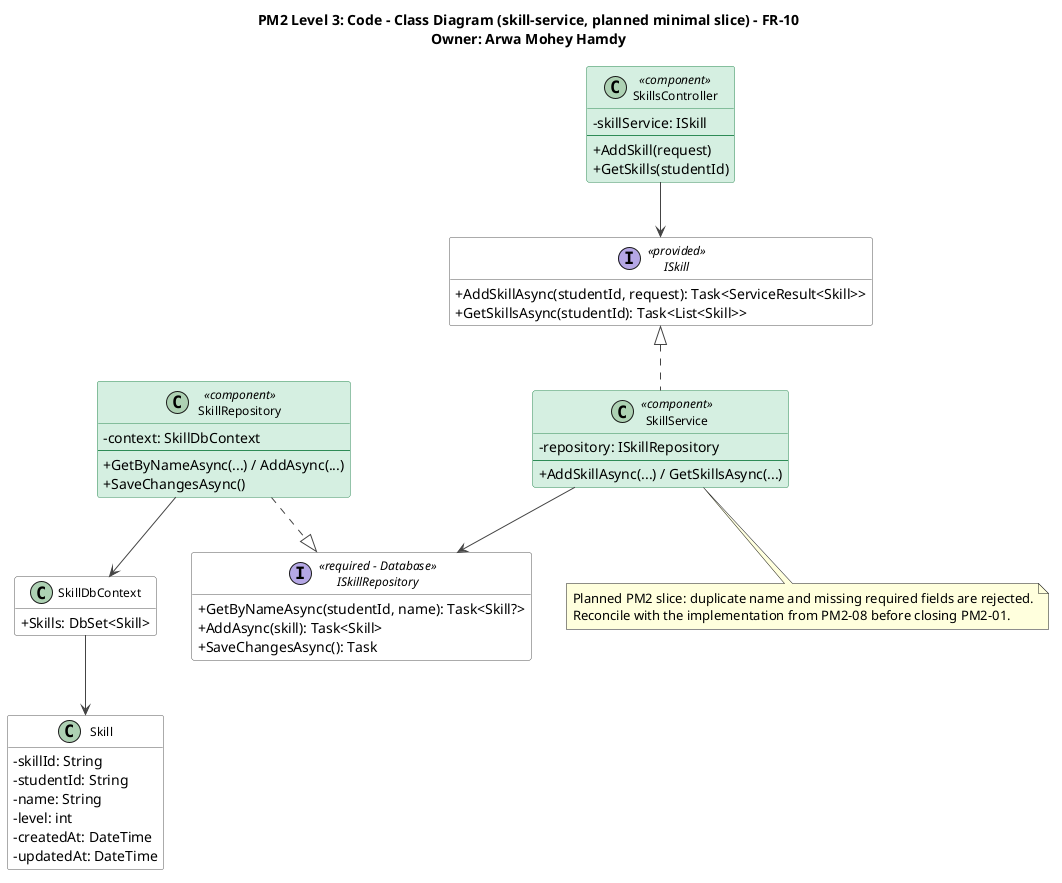
AIU-SoftWave/Aspirra keeps this PlantUML diagram as docs/PM2/Part A — Design/Class Diagram/skill-service.png. Above is the earlier version. Its diagram source:
```plantuml
@startuml skill-service
title PM2 Level 3: Code - Class Diagram (skill-service, planned minimal slice) - FR-10\nOwner: Arwa Mohey Hamdy
top to bottom direction
skinparam shadowing false
skinparam defaultFontName Segoe UI
skinparam backgroundColor #FFFFFF
skinparam classAttributeIconSize 0
skinparam classFontSize 12
skinparam nodesep 35
skinparam ranksep 55
skinparam ArrowColor #444444
skinparam class {
  BackgroundColor #FFFFFF
  BorderColor #555555
  BackgroundColor<<component>> #D5EFE0
  BorderColor<<component>> #2E8B57
}
skinparam interface {
  BackgroundColor #FFFFFF
  BorderColor #555555
}
hide empty members

interface ISkill <<provided>> {
  +AddSkillAsync(studentId, request): Task<ServiceResult<Skill>>
  +GetSkillsAsync(studentId): Task<List<Skill>>
}

class SkillsController <<component>> {
  -skillService: ISkill
  --
  +AddSkill(request)
  +GetSkills(studentId)
}

class SkillService <<component>> {
  -repository: ISkillRepository
  --
  +AddSkillAsync(...) / GetSkillsAsync(...)
}

interface ISkillRepository <<required - Database>> {
  +GetByNameAsync(studentId, name): Task<Skill?>
  +AddAsync(skill): Task<Skill>
  +SaveChangesAsync(): Task
}

class SkillRepository <<component>> {
  -context: SkillDbContext
  --
  +GetByNameAsync(...) / AddAsync(...)
  +SaveChangesAsync()
}

class SkillDbContext {
  +Skills: DbSet<Skill>
}

class Skill {
  -skillId: String
  -studentId: String
  -name: String
  -level: int
  -createdAt: DateTime
  -updatedAt: DateTime
}

SkillsController --> ISkill
ISkill <|.. SkillService
SkillService --> ISkillRepository
SkillRepository ..|> ISkillRepository
SkillRepository --> SkillDbContext
SkillDbContext --> Skill

note bottom of SkillService
  Planned PM2 slice: duplicate name and missing required fields are rejected.
  Reconcile with the implementation from PM2-08 before closing PM2-01.
end note
@enduml
```
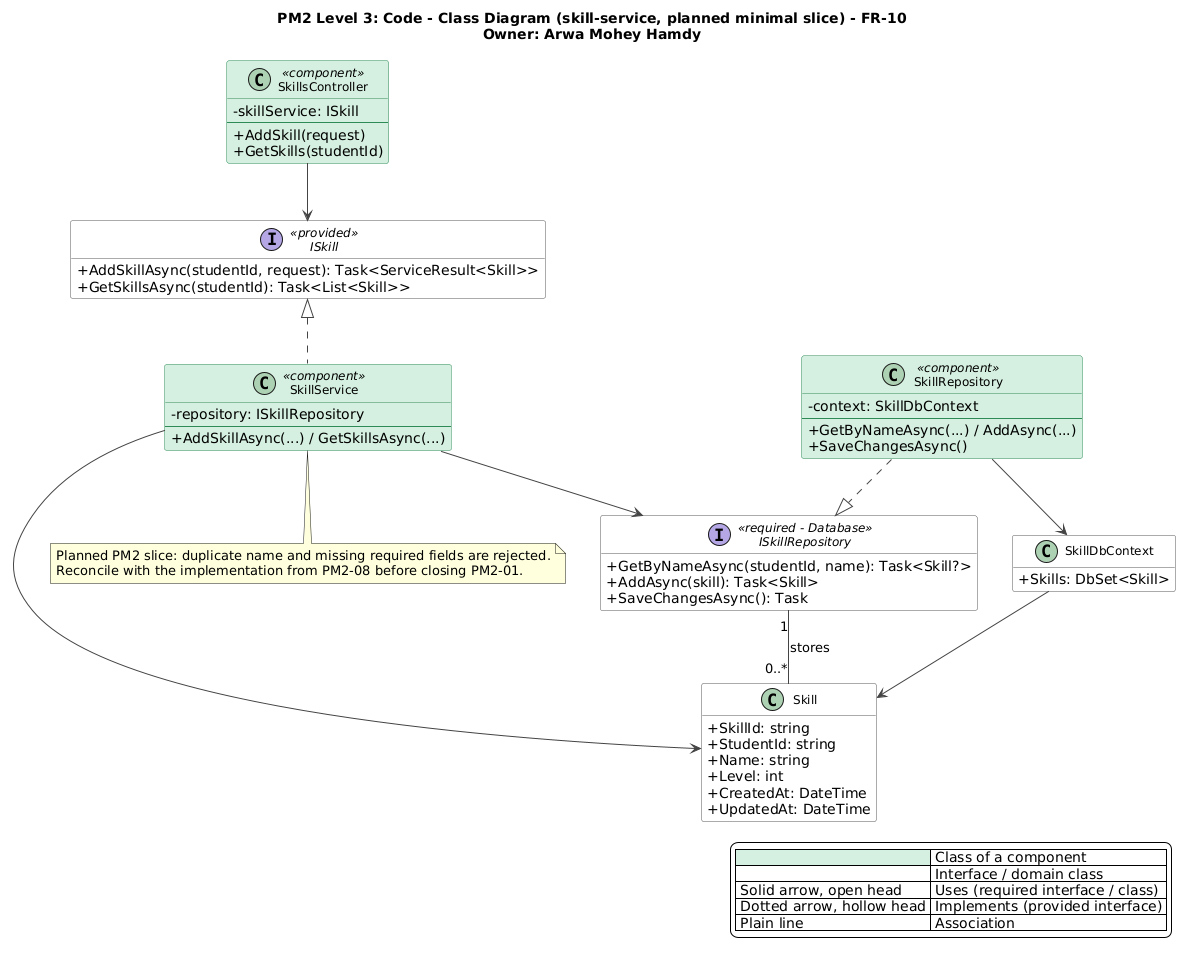
Later version of the same file.

Diff of the diagram source:
```diff
@@ -20,6 +20,14 @@
   BorderColor #555555
 }
 hide empty members
+
+legend right
+  |<#D5EFE0>   | Class of a component |
+  |<#FFFFFF>   | Interface / domain class |
+  | Solid arrow, open head | Uses (required interface / class) |
+  | Dotted arrow, hollow head | Implements (provided interface) |
+  | Plain line | Association |
+endlegend
 
 interface ISkill <<provided>> {
   +AddSkillAsync(studentId, request): Task<ServiceResult<Skill>>
@@ -57,17 +65,19 @@
 }
 
 class Skill {
-  -skillId: String
-  -studentId: String
-  -name: String
-  -level: int
-  -createdAt: DateTime
-  -updatedAt: DateTime
+  +SkillId: string
+  +StudentId: string
+  +Name: string
+  +Level: int
+  +CreatedAt: DateTime
+  +UpdatedAt: DateTime
 }
 
 SkillsController --> ISkill
 ISkill <|.. SkillService
 SkillService --> ISkillRepository
+SkillService --> Skill
+ISkillRepository "1" -- "0..*" Skill : stores
 SkillRepository ..|> ISkillRepository
 SkillRepository --> SkillDbContext
 SkillDbContext --> Skill
```
